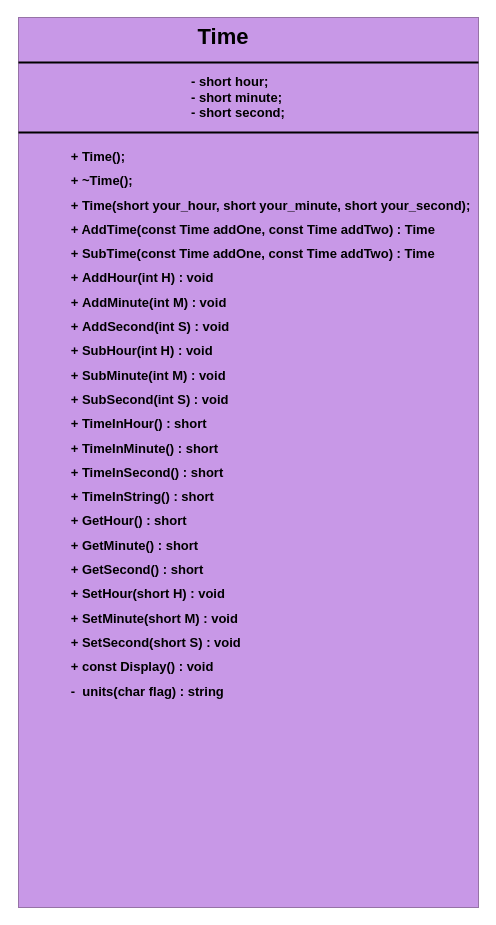
Above: ClassTime.drawio in MAXXXYMIRON/OOP_first_task (draw.io), before the change. Source tidied: cells renumbered, new cells numbered last; positions are measured from the earlier drawing's top-left corner, leaving out a move shared by most shapes. Both pictures are drawn from the tidied source at 100%, with x=0, y=0 at pixel (18, 17).
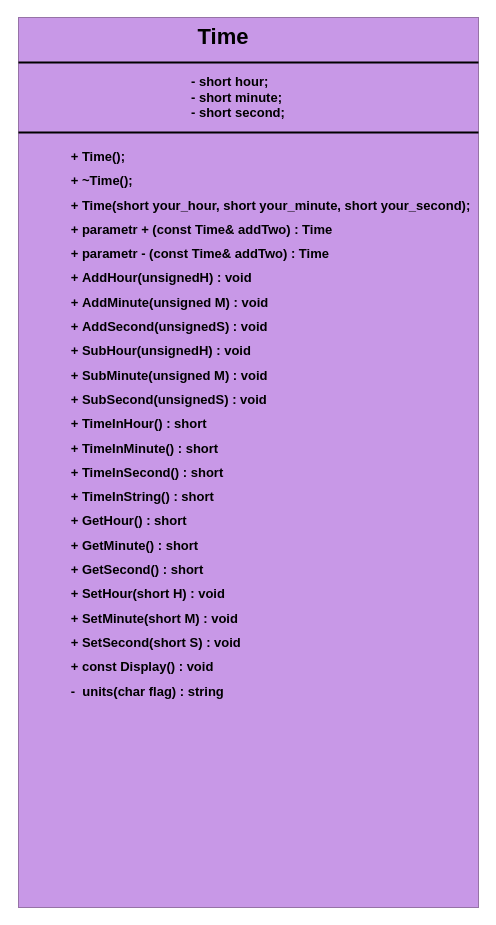
The same page after the edit.

Diff of the diagram source:
```diff
@@
 <mxGraphModel>
   <root>
     <mxCell id="0" />
     <mxCell id="1" parent="0" />
     <mxCell id="2" style="whiteSpace=wrap;html=1;fillColor=#C898E7;strokeColor=#9673a6;" parent="1" vertex="1">
       <mxGeometry width="460" height="890" as="geometry" />
     </mxCell>
     <mxCell id="3" style="line;strokeWidth=2;html=1;" parent="1" vertex="1">
       <mxGeometry y="40" width="460" height="10" as="geometry" />
     </mxCell>
     <mxCell id="4" style="line;strokeWidth=2;html=1;" parent="1" vertex="1">
       <mxGeometry y="110" width="460" height="10" as="geometry" />
     </mxCell>
     <mxCell id="5" value="&lt;b&gt;&lt;font style=&quot;font-size: 22px&quot;&gt;Time&lt;/font&gt;&lt;/b&gt;" style="text;html=1;strokeColor=none;fillColor=none;align=center;verticalAlign=middle;whiteSpace=wrap;rounded=0;" parent="1" vertex="1">
       <mxGeometry x="125" y="10" width="160" height="20" as="geometry" />
     </mxCell>
     <mxCell id="6" value="&lt;div style=&quot;text-align: justify&quot;&gt;&lt;span style=&quot;font-size: 13px&quot;&gt;&lt;b&gt;&lt;span style=&quot;white-space: pre&quot;&gt;&#9;&lt;/span&gt;- short hour;&lt;/b&gt;&lt;/span&gt;&lt;/div&gt;&lt;div style=&quot;text-align: justify&quot;&gt;&lt;span style=&quot;font-size: 13px&quot;&gt;&lt;b&gt;&lt;span style=&quot;white-space: pre&quot;&gt;&#9;&lt;/span&gt;- short minute;&lt;/b&gt;&lt;/span&gt;&lt;/div&gt;&lt;div style=&quot;text-align: justify&quot;&gt;&lt;span style=&quot;font-size: 13px&quot;&gt;&lt;b&gt;&lt;span style=&quot;white-space: pre&quot;&gt;&#9;&lt;/span&gt;- short second;&lt;/b&gt;&lt;/span&gt;&lt;/div&gt;" style="text;html=1;strokeColor=none;fillColor=none;align=center;verticalAlign=middle;whiteSpace=wrap;rounded=0;" parent="1" vertex="1">
       <mxGeometry x="102.5" y="40" width="205" height="80" as="geometry" />
     </mxCell>
-    <mxCell id="7" value="&lt;p style=&quot;line-height: 130%&quot;&gt;&lt;/p&gt;&lt;blockquote style=&quot;margin: 0 0 0 40px ; border: none ; padding: 0px&quot;&gt;&lt;h1 style=&quot;text-align: justify ; font-size: 13px&quot;&gt;+ Time();&lt;/h1&gt;&lt;h1 style=&quot;text-align: justify ; font-size: 13px&quot;&gt;+ ~Time();&lt;/h1&gt;&lt;h1 style=&quot;text-align: justify ; font-size: 13px&quot;&gt;+ Time(short your_hour, short your_minute, short your_second);&lt;/h1&gt;&lt;h1 style=&quot;text-align: justify ; font-size: 13px&quot;&gt;+ AddTime(const Time addOne, const Time addTwo) : Time&amp;nbsp;&lt;/h1&gt;&lt;h1 style=&quot;text-align: justify ; font-size: 13px&quot;&gt;+&amp;nbsp;SubTime(const Time addOne, const Time addTwo) : Time&amp;nbsp;&lt;/h1&gt;&lt;h1 style=&quot;text-align: justify ; font-size: 13px&quot;&gt;+&amp;nbsp;AddHour(int H)&amp;nbsp;: void&amp;nbsp;&lt;/h1&gt;&lt;h1 style=&quot;text-align: justify ; font-size: 13px&quot;&gt;+&amp;nbsp;AddMinute(int M)&amp;nbsp;: void&amp;nbsp;&lt;/h1&gt;&lt;h1 style=&quot;text-align: justify ; font-size: 13px&quot;&gt;+&amp;nbsp;AddSecond(int S)&amp;nbsp;: void&amp;nbsp;&lt;/h1&gt;&lt;h1 style=&quot;text-align: justify ; font-size: 13px&quot;&gt;+&amp;nbsp;SubHour(int H)&amp;nbsp;: void&amp;nbsp;&lt;/h1&gt;&lt;h1 style=&quot;text-align: justify ; font-size: 13px&quot;&gt;+&amp;nbsp;SubMinute(int M)&amp;nbsp;: void&amp;nbsp;&lt;/h1&gt;&lt;h1 style=&quot;text-align: justify ; font-size: 13px&quot;&gt;+&amp;nbsp;SubSecond(int S)&amp;nbsp;: void&amp;nbsp;&lt;/h1&gt;&lt;h1 style=&quot;text-align: justify ; font-size: 13px&quot;&gt;+&amp;nbsp;TimeInHour()&amp;nbsp;: short&lt;/h1&gt;&lt;h1 style=&quot;text-align: justify ; font-size: 13px&quot;&gt;+&amp;nbsp;TimeInMinute()&amp;nbsp;: short&lt;/h1&gt;&lt;h1 style=&quot;text-align: justify ; font-size: 13px&quot;&gt;+&amp;nbsp;TimeInSecond()&amp;nbsp;: short&lt;/h1&gt;&lt;h1 style=&quot;text-align: justify ; font-size: 13px&quot;&gt;+&amp;nbsp;TimeInString()&amp;nbsp;: short&lt;/h1&gt;&lt;h1 style=&quot;text-align: justify ; font-size: 13px&quot;&gt;+ GetHour()&amp;nbsp;: short&lt;/h1&gt;&lt;h1 style=&quot;text-align: justify ; font-size: 13px&quot;&gt;+ GetMinute()&amp;nbsp;: short&lt;/h1&gt;&lt;h1 style=&quot;text-align: justify ; font-size: 13px&quot;&gt;+ GetSecond() : short&lt;/h1&gt;&lt;h1 style=&quot;text-align: justify ; font-size: 13px&quot;&gt;+ SetHour(short H)&amp;nbsp;: void&amp;nbsp;&lt;/h1&gt;&lt;h1 style=&quot;text-align: justify ; font-size: 13px&quot;&gt;+ SetMinute(short M)&amp;nbsp;: void&amp;nbsp;&lt;/h1&gt;&lt;h1 style=&quot;text-align: justify ; font-size: 13px&quot;&gt;+ SetSecond(short S)&amp;nbsp;: void&amp;nbsp;&lt;/h1&gt;&lt;h1 style=&quot;text-align: justify ; font-size: 13px&quot;&gt;+&amp;nbsp;const Display() : void&lt;/h1&gt;&lt;h1 style=&quot;text-align: justify ; font-size: 13px&quot;&gt;-&amp;nbsp;&amp;nbsp;units(char flag) : string&lt;/h1&gt;&lt;h1 style=&quot;text-align: justify ; font-size: 13px&quot;&gt;&amp;nbsp;&lt;/h1&gt;&lt;h1 style=&quot;text-align: justify ; font-size: 13px&quot;&gt;&amp;nbsp;&lt;/h1&gt;&lt;/blockquote&gt;&lt;p&gt;&lt;/p&gt;" style="text;html=1;strokeColor=none;fillColor=none;spacing=5;spacingTop=-20;whiteSpace=wrap;overflow=hidden;rounded=0;align=center;" parent="1" vertex="1">
+    <mxCell id="7" value="&lt;p style=&quot;line-height: 130%&quot;&gt;&lt;/p&gt;&lt;blockquote style=&quot;margin: 0 0 0 40px ; border: none ; padding: 0px&quot;&gt;&lt;h1 style=&quot;text-align: justify ; font-size: 13px&quot;&gt;+ Time();&lt;/h1&gt;&lt;h1 style=&quot;text-align: justify ; font-size: 13px&quot;&gt;+ ~Time();&lt;/h1&gt;&lt;h1 style=&quot;text-align: justify ; font-size: 13px&quot;&gt;+ Time(short your_hour, short your_minute, short your_second);&lt;/h1&gt;&lt;h1 style=&quot;text-align: justify ; font-size: 13px&quot;&gt;+ parametr + (const Time&amp;amp; addTwo) : Time&amp;nbsp;&lt;/h1&gt;&lt;h1 style=&quot;text-align: justify ; font-size: 13px&quot;&gt;+ parametr - (const Time&amp;amp; addTwo) : Time&amp;nbsp;&lt;/h1&gt;&lt;h1 style=&quot;text-align: justify ; font-size: 13px&quot;&gt;+&amp;nbsp;AddHour(unsignedH)&amp;nbsp;: void&amp;nbsp;&lt;/h1&gt;&lt;h1 style=&quot;text-align: justify ; font-size: 13px&quot;&gt;+&amp;nbsp;AddMinute(unsigned M)&amp;nbsp;: void&amp;nbsp;&lt;/h1&gt;&lt;h1 style=&quot;text-align: justify ; font-size: 13px&quot;&gt;+&amp;nbsp;AddSecond(unsignedS)&amp;nbsp;: void&amp;nbsp;&lt;/h1&gt;&lt;h1 style=&quot;text-align: justify ; font-size: 13px&quot;&gt;+&amp;nbsp;SubHour(unsignedH)&amp;nbsp;: void&amp;nbsp;&lt;/h1&gt;&lt;h1 style=&quot;text-align: justify ; font-size: 13px&quot;&gt;+&amp;nbsp;SubMinute(unsigned M)&amp;nbsp;: void&amp;nbsp;&lt;/h1&gt;&lt;h1 style=&quot;text-align: justify ; font-size: 13px&quot;&gt;+&amp;nbsp;SubSecond(unsignedS)&amp;nbsp;: void&amp;nbsp;&lt;/h1&gt;&lt;h1 style=&quot;text-align: justify ; font-size: 13px&quot;&gt;+&amp;nbsp;TimeInHour()&amp;nbsp;: short&lt;/h1&gt;&lt;h1 style=&quot;text-align: justify ; font-size: 13px&quot;&gt;+&amp;nbsp;TimeInMinute()&amp;nbsp;: short&lt;/h1&gt;&lt;h1 style=&quot;text-align: justify ; font-size: 13px&quot;&gt;+&amp;nbsp;TimeInSecond()&amp;nbsp;: short&lt;/h1&gt;&lt;h1 style=&quot;text-align: justify ; font-size: 13px&quot;&gt;+&amp;nbsp;TimeInString()&amp;nbsp;: short&lt;/h1&gt;&lt;h1 style=&quot;text-align: justify ; font-size: 13px&quot;&gt;+ GetHour()&amp;nbsp;: short&lt;/h1&gt;&lt;h1 style=&quot;text-align: justify ; font-size: 13px&quot;&gt;+ GetMinute()&amp;nbsp;: short&lt;/h1&gt;&lt;h1 style=&quot;text-align: justify ; font-size: 13px&quot;&gt;+ GetSecond() : short&lt;/h1&gt;&lt;h1 style=&quot;text-align: justify ; font-size: 13px&quot;&gt;+ SetHour(short H)&amp;nbsp;: void&amp;nbsp;&lt;/h1&gt;&lt;h1 style=&quot;text-align: justify ; font-size: 13px&quot;&gt;+ SetMinute(short M)&amp;nbsp;: void&amp;nbsp;&lt;/h1&gt;&lt;h1 style=&quot;text-align: justify ; font-size: 13px&quot;&gt;+ SetSecond(short S)&amp;nbsp;: void&amp;nbsp;&lt;/h1&gt;&lt;h1 style=&quot;text-align: justify ; font-size: 13px&quot;&gt;+&amp;nbsp;const Display() : void&lt;/h1&gt;&lt;h1 style=&quot;text-align: justify ; font-size: 13px&quot;&gt;-&amp;nbsp;&amp;nbsp;units(char flag) : string&lt;/h1&gt;&lt;h1 style=&quot;text-align: justify ; font-size: 13px&quot;&gt;&amp;nbsp;&lt;/h1&gt;&lt;h1 style=&quot;text-align: justify ; font-size: 13px&quot;&gt;&amp;nbsp;&lt;/h1&gt;&lt;/blockquote&gt;&lt;p&gt;&lt;/p&gt;" style="text;html=1;strokeColor=none;fillColor=none;spacing=5;spacingTop=-20;whiteSpace=wrap;overflow=hidden;rounded=0;align=center;" parent="1" vertex="1">
       <mxGeometry x="5" y="130" width="455" height="730" as="geometry" />
     </mxCell>
   </root>
 </mxGraphModel>
```
